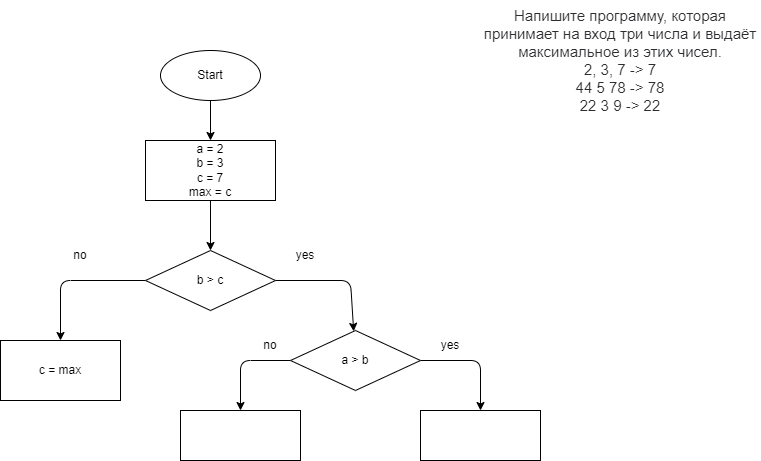
The draw.io diagram Task002/diagram.drawio.png in DmitryKhomyakov/Tasks, before a commit. Source tidied: cells renumbered, new cells last; positions are measured from the earlier drawing's top-left corner, leaving out a move shared by most shapes.
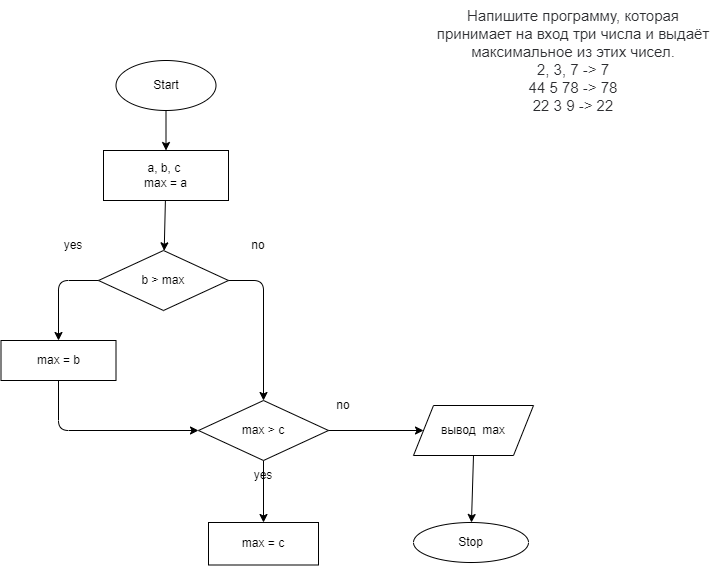
Later version of the same file.

Diff of the diagram source:
```diff
@@ -9,68 +9,78 @@
       <mxGeometry relative="1" as="geometry" />
     </mxCell>
     <mxCell id="4" value="Start" style="ellipse;whiteSpace=wrap;html=1;" parent="1" vertex="1">
-      <mxGeometry x="160" y="50" width="100" height="50" as="geometry" />
+      <mxGeometry x="162.5" y="60" width="100" height="50" as="geometry" />
     </mxCell>
     <mxCell id="5" style="edgeStyle=none;html=1;" parent="1" edge="1" source="6" target="9">
       <mxGeometry relative="1" as="geometry" />
     </mxCell>
-    <mxCell id="6" value="a = 2&lt;br&gt;b = 3&lt;br&gt;c = 7&lt;br&gt;max = c" style="whiteSpace=wrap;html=1;" parent="1" vertex="1">
-      <mxGeometry x="145" y="140" width="130" height="60" as="geometry" />
+    <mxCell id="6" value="a, b, c&amp;nbsp;&lt;br&gt;max = a" style="whiteSpace=wrap;html=1;" parent="1" vertex="1">
+      <mxGeometry x="150" y="150" width="125" height="50" as="geometry" />
     </mxCell>
-    <mxCell id="7" style="edgeStyle=none;html=1;" parent="1" edge="1" source="9" target="10">
-      <mxGeometry relative="1" as="geometry">
-        <Array as="points">
-          <mxPoint x="60" y="280" />
-        </Array>
-      </mxGeometry>
-    </mxCell>
-    <mxCell id="8" style="edgeStyle=none;html=1;" parent="1" edge="1" source="9" target="13">
-      <mxGeometry relative="1" as="geometry">
-        <Array as="points">
-          <mxPoint x="350" y="280" />
-        </Array>
-      </mxGeometry>
-    </mxCell>
-    <mxCell id="9" value="b &amp;gt; c" style="rhombus;whiteSpace=wrap;html=1;" parent="1" vertex="1">
+    <mxCell id="9" value="b &amp;gt; max" style="rhombus;whiteSpace=wrap;html=1;" parent="1" vertex="1">
       <mxGeometry x="145" y="250" width="130" height="60" as="geometry" />
     </mxCell>
-    <mxCell id="10" value="c = max" style="whiteSpace=wrap;html=1;" parent="1" vertex="1">
-      <mxGeometry y="340" width="120" height="60" as="geometry" />
-    </mxCell>
-    <mxCell id="11" style="edgeStyle=none;html=1;" parent="1" edge="1" source="13" target="14">
-      <mxGeometry relative="1" as="geometry">
-        <Array as="points">
-          <mxPoint x="480" y="360" />
-        </Array>
-      </mxGeometry>
-    </mxCell>
-    <mxCell id="12" style="edgeStyle=none;html=1;" parent="1" edge="1" source="13" target="15">
-      <mxGeometry relative="1" as="geometry">
-        <Array as="points">
-          <mxPoint x="240" y="360" />
-        </Array>
-      </mxGeometry>
-    </mxCell>
-    <mxCell id="13" value="a &amp;gt; b" style="rhombus;whiteSpace=wrap;html=1;" parent="1" vertex="1">
-      <mxGeometry x="290" y="330" width="130" height="60" as="geometry" />
-    </mxCell>
-    <mxCell id="14" style="whiteSpace=wrap;html=1;" parent="1" vertex="1">
-      <mxGeometry x="420" y="410" width="120" height="50" as="geometry" />
-    </mxCell>
-    <mxCell id="15" style="whiteSpace=wrap;html=1;" parent="1" vertex="1">
-      <mxGeometry x="180" y="410" width="120" height="50" as="geometry" />
-    </mxCell>
     <mxCell id="16" value="yes" style="text;html=1;strokeColor=none;fillColor=none;align=center;verticalAlign=middle;whiteSpace=wrap;rounded=0;" parent="1" vertex="1">
-      <mxGeometry x="275" y="240" width="60" height="30" as="geometry" />
+      <mxGeometry x="280" y="460" width="60" height="30" as="geometry" />
     </mxCell>
     <mxCell id="17" value="no" style="text;html=1;strokeColor=none;fillColor=none;align=center;verticalAlign=middle;whiteSpace=wrap;rounded=0;" parent="1" vertex="1">
-      <mxGeometry x="50" y="240" width="60" height="30" as="geometry" />
+      <mxGeometry x="275" y="230" width="60" height="30" as="geometry" />
     </mxCell>
+    <mxCell id="19" value="yes" style="text;html=1;strokeColor=none;fillColor=none;align=center;verticalAlign=middle;whiteSpace=wrap;rounded=0;" parent="1" vertex="1">
+      <mxGeometry x="90" y="230" width="60" height="30" as="geometry" />
+    </mxCell>
+    <mxCell id="20" style="edgeStyle=none;html=1;exitX=0.5;exitY=1;exitDx=0;exitDy=0;" parent="1" edge="1" source="21" target="26">
+      <mxGeometry relative="1" as="geometry" />
+    </mxCell>
+    <mxCell id="21" value="вывод&amp;nbsp; max" style="shape=parallelogram;perimeter=parallelogramPerimeter;whiteSpace=wrap;html=1;fixedSize=1;" parent="1" vertex="1">
+      <mxGeometry x="460" y="405" width="120" height="50" as="geometry" />
+    </mxCell>
+    <mxCell id="22" value="&lt;span&gt;max = b&lt;/span&gt;" style="whiteSpace=wrap;html=1;" parent="1" vertex="1">
+      <mxGeometry x="47.5" y="340" width="115" height="40" as="geometry" />
+    </mxCell>
     <mxCell id="18" value="no" style="text;html=1;strokeColor=none;fillColor=none;align=center;verticalAlign=middle;whiteSpace=wrap;rounded=0;" parent="1" vertex="1">
-      <mxGeometry x="240" y="330" width="60" height="30" as="geometry" />
+      <mxGeometry x="365" y="390" width="50" height="30" as="geometry" />
     </mxCell>
-    <mxCell id="19" value="yes" style="text;html=1;strokeColor=none;fillColor=none;align=center;verticalAlign=middle;whiteSpace=wrap;rounded=0;" parent="1" vertex="1">
-      <mxGeometry x="420" y="330" width="60" height="30" as="geometry" />
-    </mxCell>
+    <mxCell id="8" style="endArrow=classic;html=1;exitX=1;exitY=0.5;exitDx=0;exitDy=0;entryX=0.5;entryY=0;entryDx=0;entryDy=0;" parent="1" edge="1" source="9" target="13">
+      <mxGeometry relative="1" as="geometry">
+        <Array as="points">
+          <mxPoint x="310" y="280" />
+        </Array>
+      </mxGeometry>
+    </mxCell>
+    <mxCell id="23" style="endArrow=classic;html=1;entryX=0;entryY=0.5;entryDx=0;entryDy=0;exitX=0.5;exitY=1;exitDx=0;exitDy=0;" parent="1" edge="1" source="22" target="13">
+      <mxGeometry relative="1" as="geometry">
+        <Array as="points">
+          <mxPoint x="105" y="430" />
+        </Array>
+      </mxGeometry>
+    </mxCell>
+    <mxCell id="24" value="max = c" style="rounded=0;whiteSpace=wrap;html=1;" parent="1" vertex="1">
+      <mxGeometry x="255" y="522" width="110" height="42.5" as="geometry" />
+    </mxCell>
+    <mxCell id="25" style="endArrow=classic;html=1;startArrow=none;" parent="1" edge="1" source="13">
+      <mxGeometry relative="1" as="geometry">
+        <mxPoint x="470" y="430" as="targetPoint" />
+        <Array as="points">
+          <mxPoint x="367.5" y="430" />
+        </Array>
+      </mxGeometry>
+    </mxCell>
+    <mxCell id="26" value="Stop" style="ellipse;whiteSpace=wrap;html=1;" parent="1" vertex="1">
+      <mxGeometry x="460" y="522" width="115" height="40" as="geometry" />
+    </mxCell>
+    <mxCell id="27" style="endArrow=classic;html=1;exitX=0.5;exitY=1;exitDx=0;exitDy=0;entryX=0.5;entryY=0;entryDx=0;entryDy=0;" parent="1" edge="1" source="13" target="24">
+      <mxGeometry relative="1" as="geometry" />
+    </mxCell>
+    <mxCell id="13" value="max &amp;gt; c" style="rhombus;whiteSpace=wrap;html=1;" parent="1" vertex="1">
+      <mxGeometry x="245" y="400" width="130" height="60" as="geometry" />
+    </mxCell>
+    <mxCell id="28" style="endArrow=classic;html=1;exitX=0;exitY=0.5;exitDx=0;exitDy=0;entryX=0.5;entryY=0;entryDx=0;entryDy=0;" parent="1" edge="1" source="9" target="22">
+      <mxGeometry relative="1" as="geometry">
+        <Array as="points">
+          <mxPoint x="105" y="280" />
+        </Array>
+      </mxGeometry>
+    </mxCell>
   </root>
 </mxGraphModel>
```
